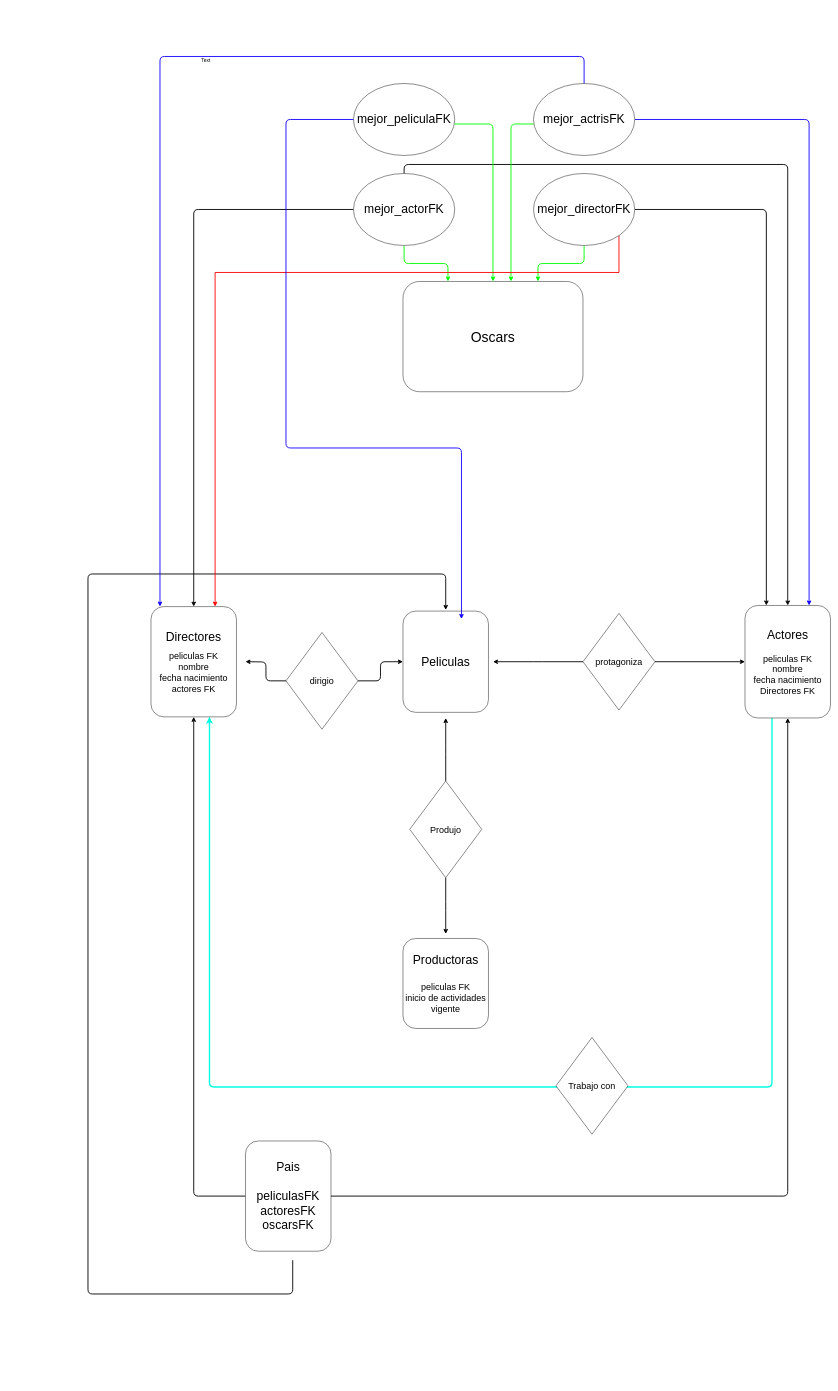
Earlier version of the draw.io diagram Diagrama sin título.drawio (EmanuelRigo/pre-entrega-1-sql-coderhouse). Source tidied: cells renumbered, new cells numbered last; positions are measured from the earlier drawing's top-left corner, leaving out a move shared by most shapes. Both pictures are drawn from the tidied source at 45%, with x=0, y=0 at pixel (88, 56).
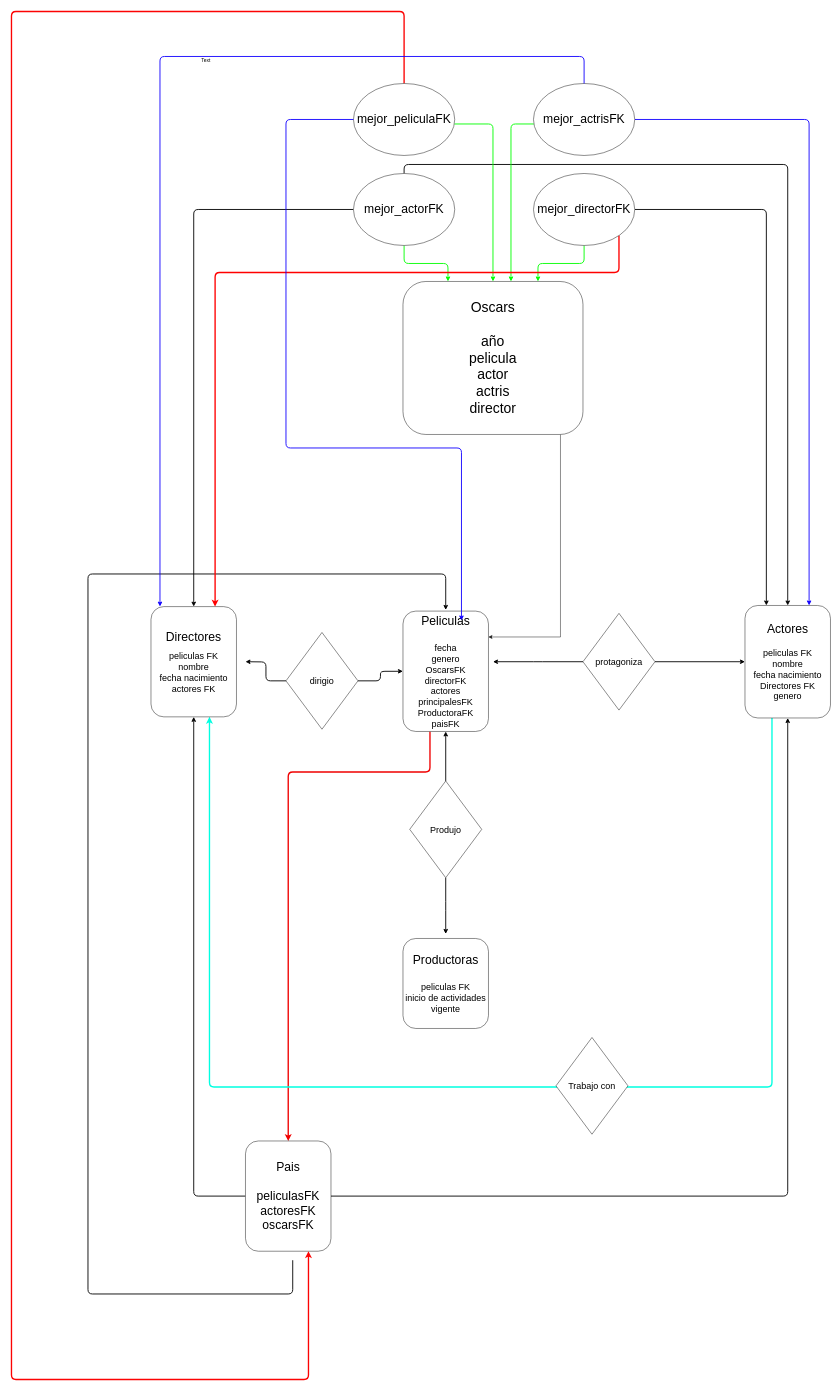
The same page after the edit.

Unchanged cells that the change refers to:
```xml
<mxCell id="5" value="&lt;font style=&quot;font-size: 27px;&quot;&gt;Directores&lt;/font&gt;&lt;div&gt;&lt;br&gt;&lt;/div&gt;&lt;div style=&quot;font-size: 20px;&quot;&gt;&lt;div&gt;&lt;font style=&quot;font-size: 20px;&quot;&gt;peliculas FK&lt;/font&gt;&lt;/div&gt;&lt;div&gt;&lt;span style=&quot;&quot;&gt;nombre&lt;/span&gt;&lt;/div&gt;&lt;div&gt;&lt;span style=&quot;&quot;&gt;fecha nacimiento&lt;/span&gt;&lt;/div&gt;&lt;div&gt;&lt;span style=&quot;&quot;&gt;actores FK&lt;/span&gt;&lt;/div&gt;&lt;/div&gt;" style="rounded=1;whiteSpace=wrap;html=1;" parent="1" vertex="1">
  <mxGeometry x="140" y="1222.5" width="190" height="245" as="geometry" />
</mxCell>
<mxCell id="13" value="&lt;span style=&quot;font-size: 20px;&quot;&gt;Produjo&lt;/span&gt;" style="rhombus;whiteSpace=wrap;html=1;" parent="1" vertex="1">
  <mxGeometry x="715" y="1610" width="160" height="215" as="geometry" />
</mxCell>
<mxCell id="20" value="&lt;span style=&quot;font-size: 27px;&quot;&gt;Pais&lt;/span&gt;&lt;div&gt;&lt;span style=&quot;font-size: 27px;&quot;&gt;&lt;br&gt;&lt;/span&gt;&lt;/div&gt;&lt;div&gt;&lt;span style=&quot;font-size: 27px;&quot;&gt;peliculasFK&lt;/span&gt;&lt;/div&gt;&lt;div&gt;&lt;span style=&quot;font-size: 27px;&quot;&gt;actoresFK&lt;/span&gt;&lt;/div&gt;&lt;div&gt;&lt;span style=&quot;font-size: 27px;&quot;&gt;oscarsFK&lt;/span&gt;&lt;/div&gt;" style="rounded=1;whiteSpace=wrap;html=1;" parent="1" vertex="1">
  <mxGeometry x="350" y="2410" width="190" height="245" as="geometry" />
</mxCell>
<mxCell id="32" value="&lt;span style=&quot;font-size: 27px;&quot;&gt;mejor_peliculaFK&lt;/span&gt;" style="ellipse;whiteSpace=wrap;html=1;" parent="1" vertex="1">
  <mxGeometry x="590" y="60" width="225" height="160" as="geometry" />
</mxCell>
<mxCell id="36" value="&lt;span style=&quot;font-size: 27px;&quot;&gt;mejor_directorFK&lt;/span&gt;" style="ellipse;whiteSpace=wrap;html=1;" parent="1" vertex="1">
  <mxGeometry x="990" y="260" width="225" height="160" as="geometry" />
</mxCell>
```

The edit, as a diff of the source:
```diff
@@
+    <mxCell id="41" style="edgeStyle=orthogonalEdgeStyle;rounded=1;jettySize=auto;html=1;curved=0;strokeColor=#f00000;strokeWidth=3;" parent="1" edge="1" source="2" target="20">
+      <mxGeometry relative="1" as="geometry">
+        <Array as="points">
+          <mxPoint x="760" y="1590" />
+          <mxPoint x="445" y="1590" />
+        </Array>
+      </mxGeometry>
+    </mxCell>
-    <mxCell id="2" value="&lt;font style=&quot;font-size: 27px;&quot;&gt;Peliculas&lt;/font&gt;" style="rounded=1;whiteSpace=wrap;html=1;" parent="1" vertex="1">
-      <mxGeometry x="700" y="1232.5" width="190" height="225" as="geometry" />
+    <mxCell id="2" value="&lt;font style=&quot;font-size: 27px;&quot;&gt;Peliculas&lt;/font&gt;&lt;div&gt;&lt;font style=&quot;font-size: 27px;&quot;&gt;&lt;br&gt;&lt;/font&gt;&lt;/div&gt;&lt;div style=&quot;font-size: 20px;&quot;&gt;&lt;font style=&quot;font-size: 20px;&quot;&gt;fecha&lt;/font&gt;&lt;/div&gt;&lt;div style=&quot;font-size: 20px;&quot;&gt;&lt;font style=&quot;font-size: 20px;&quot;&gt;genero&lt;/font&gt;&lt;/div&gt;&lt;div style=&quot;font-size: 20px;&quot;&gt;&lt;font style=&quot;font-size: 20px;&quot;&gt;OscarsFK&lt;/font&gt;&lt;/div&gt;&lt;div style=&quot;font-size: 20px;&quot;&gt;&lt;font style=&quot;font-size: 20px;&quot;&gt;directorFK&lt;/font&gt;&lt;/div&gt;&lt;div style=&quot;font-size: 20px;&quot;&gt;&lt;font style=&quot;font-size: 20px;&quot;&gt;actores principalesFK&lt;/font&gt;&lt;/div&gt;&lt;div style=&quot;font-size: 20px;&quot;&gt;&lt;font style=&quot;font-size: 20px;&quot;&gt;ProductoraFK&lt;/font&gt;&lt;/div&gt;&lt;div style=&quot;font-size: 20px;&quot;&gt;&lt;font style=&quot;font-size: 20px;&quot;&gt;paisFK&lt;/font&gt;&lt;/div&gt;" style="rounded=1;whiteSpace=wrap;html=1;" parent="1" vertex="1">
+      <mxGeometry x="700" y="1232.5" width="190" height="267.5" as="geometry" />
     </mxCell>
@@
-    <mxCell id="4" value="&lt;span style=&quot;font-size: 27px;&quot;&gt;Actores&lt;/span&gt;&lt;div style=&quot;font-size: 20px;&quot;&gt;&lt;span style=&quot;&quot;&gt;&lt;br&gt;&lt;/span&gt;&lt;/div&gt;&lt;div style=&quot;font-size: 20px;&quot;&gt;peliculas FK&lt;/div&gt;&lt;div style=&quot;font-size: 20px;&quot;&gt;nombre&lt;/div&gt;&lt;div style=&quot;font-size: 20px;&quot;&gt;fecha nacimiento&lt;/div&gt;&lt;div style=&quot;font-size: 20px;&quot;&gt;Directores FK&lt;/div&gt;" style="rounded=1;whiteSpace=wrap;html=1;" parent="1" vertex="1">
+    <mxCell id="4" value="&lt;span style=&quot;font-size: 27px;&quot;&gt;Actores&lt;/span&gt;&lt;div style=&quot;font-size: 20px;&quot;&gt;&lt;span style=&quot;&quot;&gt;&lt;br&gt;&lt;/span&gt;&lt;/div&gt;&lt;div style=&quot;font-size: 20px;&quot;&gt;peliculas FK&lt;/div&gt;&lt;div style=&quot;font-size: 20px;&quot;&gt;nombre&lt;/div&gt;&lt;div style=&quot;font-size: 20px;&quot;&gt;fecha nacimiento&lt;/div&gt;&lt;div style=&quot;font-size: 20px;&quot;&gt;Directores FK&lt;/div&gt;&lt;div style=&quot;font-size: 20px;&quot;&gt;genero&lt;/div&gt;" style="rounded=1;whiteSpace=wrap;html=1;" parent="1" vertex="1">
       <mxGeometry x="1460" y="1220" width="190" height="250" as="geometry" />
     </mxCell>
@@
-    <mxCell id="12" style="edgeStyle=orthogonalEdgeStyle;rounded=1;jettySize=auto;html=1;strokeWidth=2;curved=0;" parent="1" edge="1" source="13">
-      <mxGeometry relative="1" as="geometry">
-        <mxPoint x="795" y="1470" as="targetPoint" />
-      </mxGeometry>
+    <mxCell id="12" style="edgeStyle=orthogonalEdgeStyle;rounded=1;jettySize=auto;html=1;strokeWidth=2;curved=0;" parent="1" edge="1" source="13" target="2">
+      <mxGeometry relative="1" as="geometry" />
     </mxCell>
@@
+    <mxCell id="42" style="edgeStyle=orthogonalEdgeStyle;rounded=0;jettySize=auto;html=1;" parent="1" edge="1" source="22" target="2">
+      <mxGeometry relative="1" as="geometry">
+        <Array as="points">
+          <mxPoint x="1050" y="1290" />
+        </Array>
+      </mxGeometry>
+    </mxCell>
-    <mxCell id="22" value="&lt;font style=&quot;font-size: 31px;&quot;&gt;Oscars&lt;/font&gt;" style="rounded=1;whiteSpace=wrap;html=1;" parent="1" vertex="1">
-      <mxGeometry x="700" y="500" width="400" height="245" as="geometry" />
+    <mxCell id="22" value="&lt;font style=&quot;font-size: 31px;&quot;&gt;Oscars&lt;/font&gt;&lt;div&gt;&lt;font style=&quot;font-size: 31px;&quot;&gt;&lt;br&gt;&lt;/font&gt;&lt;/div&gt;&lt;div&gt;&lt;font style=&quot;font-size: 31px;&quot;&gt;año&lt;/font&gt;&lt;/div&gt;&lt;div&gt;&lt;span style=&quot;font-size: 31px;&quot;&gt;pelicula&lt;/span&gt;&lt;/div&gt;&lt;div&gt;&lt;span style=&quot;font-size: 31px;&quot;&gt;actor&lt;/span&gt;&lt;/div&gt;&lt;div&gt;&lt;span style=&quot;font-size: 31px;&quot;&gt;actris&lt;/span&gt;&lt;/div&gt;&lt;div&gt;&lt;span style=&quot;font-size: 31px;&quot;&gt;director&lt;/span&gt;&lt;/div&gt;" style="rounded=1;whiteSpace=wrap;html=1;" parent="1" vertex="1">
+      <mxGeometry x="700" y="500" width="400" height="340" as="geometry" />
     </mxCell>
@@
+    <mxCell id="43" style="edgeStyle=orthogonalEdgeStyle;rounded=1;jettySize=auto;html=1;curved=0;strokeColor=#fc0303;strokeWidth=3;" parent="1" edge="1" source="32" target="20">
+      <mxGeometry relative="1" as="geometry">
+        <Array as="points">
+          <mxPoint x="702" y="-100" />
+          <mxPoint x="-170" y="-100" />
+          <mxPoint x="-170" y="2940" />
+          <mxPoint x="490" y="2940" />
+        </Array>
+      </mxGeometry>
+    </mxCell>
@@
-    <mxCell id="34" style="edgeStyle=orthogonalEdgeStyle;rounded=0;jettySize=auto;html=1;entryX=0.75;entryY=0;entryDx=0;entryDy=0;strokeColor=#ff0000;strokeWidth=2;" parent="1" edge="1" source="36" target="5">
+    <mxCell id="34" style="edgeStyle=orthogonalEdgeStyle;rounded=1;jettySize=auto;html=1;entryX=0.75;entryY=0;entryDx=0;entryDy=0;strokeColor=#ff0000;strokeWidth=3;curved=0;" parent="1" edge="1" source="36" target="5">
       <mxGeometry relative="1" as="geometry">
         <Array as="points">
           <mxPoint x="1180" y="480" />
           <mxPoint x="283" y="480" />
         </Array>
       </mxGeometry>
     </mxCell>
```
